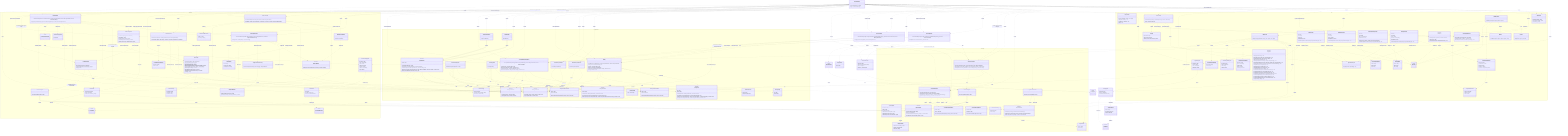
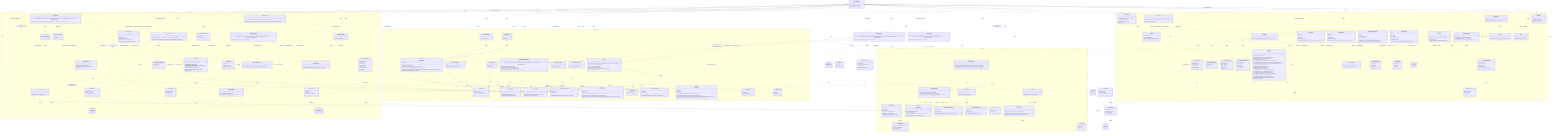
classDiagram
  direction TB

  class LicenseWizard {
    +LicenseWizard(args: string[])
    +run() Promise~Answer[]~
  }

  class LicenseInstaller {
    +LicenseInstaller(config: Config, manifests: ProjectManifestRepository, generator: LicenseGenerator)
    +install(selection: LicenseSelection) Promise~void~
  }

  class LicenseVerifier {
    +LicenseVerifier(config: Config, manifests: ProjectManifestRepository, generator: LicenseGenerator, reader: IFileSystemReader)
    +verify(options: VerifyOptions) Promise~VerifyOutcome~
  }

  class LicenseSelection {
    +licenseId: string
    +tokens: Record~string, string~
    +save: ConfigSave
    +headers?: HeaderConfig
  }

  class ConfigSave {
    <<union>>
  }

  class VerifyOptions {
    +fix: boolean
  }

  class VerifyOutcome {
    <<union>>
  }

  class VerifyReport {
    +licenseId: string
    +license: DriftStatus
    +manifests: ManifestCheck[]
  }

  class ManifestCheck {
    +name: string
    +declared: string | null
    +status: DriftStatus
  }

  class DriftStatus {
    <<union>>
  }

  namespace CLI {
    class FlagParser {
      +FlagParser(flags: object)
      +parse(args: string[]) object
      +formatHelp() string
    }

    class Orchestrator {
      +Orchestrator(repository: QuestionRepository, renderer: IRenderer)
      +run() Promise~Answer[]~
    }

    class IRenderer {
      <<interface>>
      +render(question: Question) Promise~Answer~
      +onCancel() string
      +complete(summary: CompletionSummary) void
    }

    class CompletionSummary {
      +licenseId: string
      +customized: boolean
      +savedTo: string
      +manifests: string[]
      +headers?: CompletionHeaders
    }

    class CompletionHeaders {
      +style: HeaderStyle
      +written: number
      +total: number
    }

    class ProgressBar {
      +ProgressBar(label: string, out?: object)
      +start(total: number) void
      +update(done: number) void
      +stop() void
    }

    class ClackRenderer {
      +ClackRenderer(meta: object, spinner: Spinner)
    }

    class IReporter {
      <<interface>>
      +usage(options: string) void
      +tokens(licenseId: string, slots: TemplateSlot[]) void
      +generated(licenseId: string, savedTo: string) void
      +dryRun(report: DryRunReport) void
      +missingFields(licenseId: string, missing: TemplateSlot[]) void
      +unknownFields(licenseId: string, unknown: string[], slots: TemplateSlot[]) void
      +licenseNotFound(licenseId: string, suggestions: LicenseIndexEntry[]) void
      +verifyMatch(report: VerifyReport) void
      +verifyFixed(report: VerifyReport) void
      +verifyMismatch(report: VerifyReport) void
      +headersNoFiles(licenseId: string) void
      +headersGenerated(report: HeaderGenerateReport) void
      +headersDryRun(report: HeaderDryRunReport) void
      +headersRemoved(report: HeaderRemoveReport) void
      +headersRemoveDryRun(report: HeaderRemoveReport) void
      +headersVerifyMatch(report: HeaderVerifyReport) void
      +headersVerifyFixed(report: HeaderVerifyReport) void
      +headersVerifyMismatch(report: HeaderVerifyReport) void
      +error(message: string) void
    }

    class HeaderGenerateReport {
      +licenseId: string
      +style: HeaderStyle
      +total: number
      +written: number
      +unchanged: number
    }

    class HeaderDryRunReport {
      +licenseId: string
      +style: HeaderStyle
      +files: string[]
      +sample: string
    }

    class HeaderRemoveReport {
      +removed: string[]
      +total: number
    }

    class DryRunReport {
      +licenseId: string
      +content: string
      +save: ConfigSave
      +manifests: string[]
    }

    class CliReporter {
      +CliReporter(programName: string, out?: object, err?: object)
    }

    class Banner {
      +buildBanner(meta: object, options: object) string
    }

    class Spinner {
      +start(handle: object) Function
    }

    class QuestionRepository {
      +QuestionRepository(questions: Question[])
      +getByIndex(index: number) Question | null
      +insertAt(index: number, questions: Question[]) void
    }

    class QuestionLifecycle {
      +inject(questions: Question[]) void
    }

    class Question {
      <<union>>
    }

    class TextQuestion {
      +id: string
      +text: string
      +type: "text"
      +defaultValue: string
      +onAnswer(answer: Answer, lifecycle: QuestionLifecycle) void
    }

    class ConfirmQuestion {
      +id: string
      +text: string
      +type: "confirm"
      +defaultValue: boolean
      +onAnswer(answer: Answer, lifecycle: QuestionLifecycle) void
    }

    class AutocompleteQuestion {
      +id: string
      +text: string
      +type: "autocomplete"
      +defaultValue: string
      +search(query: string) Promise~AutocompleteOption[]~
      +onAnswer(answer: Answer, lifecycle: QuestionLifecycle) void
    }

    class AutocompleteOption {
      +value: string
      +label: string
      +hint: string
    }

    class SelectQuestion {
      +id: string
      +text: string
      +type: "select"
      +options: SelectOption[]
      +defaultValue: string
      +onAnswer(answer: Answer, lifecycle: QuestionLifecycle) void
    }

    class SelectOption {
      +value: string
      +label: string
      +hint: string
    }

    class Answer {
      +questionId: string
      +value: string | boolean
      +fields: Record~string, string | boolean~
    }
  }

  namespace Licensing {
    class LicenseRepository {
      +LicenseRepository(source: ILicenseSource)
      +search(query: string) Promise~LicenseIndexEntry[]~
      +suggest(query: string, limit: number) Promise~LicenseIndexEntry[]~
      +getLicense(licenseId: string) Promise~LicenseDetail~
    }

    class LicenseRepositoryError {
      +name: string
      +cause: unknown
      +LicenseRepositoryError(message: string, cause?: unknown)
    }

    class LicenseNotFoundError {
      +name: string
      +licenseId: string
      +LicenseNotFoundError(licenseId: string)
    }

    class ILicenseSource {
      <<interface>>
      +search(query: string) Promise~LicenseIndexEntry[]~
      +suggest(query: string, limit: number) Promise~LicenseIndexEntry[]~
      +fetchLicense(licenseId: string) Promise~LicenseDetail~
    }

    class SpdxLicenseSource {
      +SpdxLicenseSource(ttlMs: number)
    }

    class LicenseIndexEntry {
      +licenseId: string
      +name: string
    }

    class LicenseDetail {
      +licenseId: string
      +name: string
      +licenseText: string
      +standardLicenseTemplate?: string
      +standardLicenseHeader?: string
      +standardLicenseHeaderTemplate?: string
    }

    class SpdxTemplate {
      <<abstract>>
      +SpdxTemplate(template: string)
      +slots() TemplateSlot[]
      +resolveSlots(entries: Map~string, string~) SlotResolution
      +render(values: Record~string, string~) string
    }

    class LicenseTemplate {
      +LicenseTemplate(template: string)
    }

    class TemplateSlot {
      +token: string
      +label: string
    }

    class SlotResolution {
      +values: Record~string, string~
      +missing: TemplateSlot[]
      +unknown: string[]
    }

    class LicenseGenerator {
      +LicenseGenerator(repository: LicenseRepository, writer: IFileSystemWriter)
      +generate(licenseId: string, slotValues?: Record~string, string~) Promise~void~
      +render(licenseId: string, slotValues?: Record~string, string~) Promise~string~
    }
  }

  namespace Configuration {
    class IFileSystemReader {
      <<interface>>
      +read(path: string) Promise~string~
      +exists(path: string) Promise~boolean~
    }

    class IFileSystemWriter {
      <<interface>>
      +write(path: string, content: string) Promise~void~
      +delete(path: string) Promise~void~
    }

    class NodeFileSystemReader {
      +NodeFileSystemReader()
    }

    class NodeFileSystemWriter {
      +NodeFileSystemWriter()
    }

    class FileSystemReaderError {
      +name: string
      +cause: unknown
      +FileSystemReaderError(message: string, cause?: unknown)
    }

    class FileSystemWriterError {
      +name: string
      +cause: unknown
      +FileSystemWriterError(message: string, cause?: unknown)
    }

    class WizardConfig {
      +licenseId: string
      +tokens?: Record~string, string~
      +headers?: HeaderConfig
    }

    class HeaderConfig {
      +style: HeaderStyle
    }

    class ConfigTarget {
      +id: string
      +label: string
    }

    class IConfigStore {
      <<interface>>
      +id: string
      +label: string
      +available(reader: IFileSystemReader) Promise~boolean~
      +read(reader: IFileSystemReader) Promise~WizardConfig | null~
      +write(reader: IFileSystemReader, writer: IFileSystemWriter, config: WizardConfig) Promise~void~
      +clear(reader: IFileSystemReader, writer: IFileSystemWriter) Promise~void~
    }

    class RcConfigStore {
      +RcConfigStore()
    }

    class ManifestConfigStore {
      +ManifestConfigStore(fileName: string)
    }

    class Config {
      +Config(stores: IConfigStore[], reader: IFileSystemReader, writer: IFileSystemWriter)
      +read() Promise~WizardConfig | null~
      +source() Promise~string | null~
      +targets() Promise~ConfigTarget[]~
      +write(config: WizardConfig, targetId: string) Promise~void~
      +clear() Promise~void~
    }

    class IProjectManifest {
      <<interface>>
      +name: string
      +exists(reader: IFileSystemReader) Promise~boolean~
      +readLicense(reader: IFileSystemReader) Promise~string | null~
      +writeLicense(reader: IFileSystemReader, writer: IFileSystemWriter, licenseId: string) Promise~void~
    }

    class JsonManifest {
      <<abstract>>
      +JsonManifest(fileName: string)
      +name: string
      +exists(reader: IFileSystemReader) Promise~boolean~
      +readLicense(reader: IFileSystemReader) Promise~string | null~
      +writeLicense(reader: IFileSystemReader, writer: IFileSystemWriter, licenseId: string) Promise~void~
      #extractLicenseId(value: unknown)* string | null
    }

    class NpmManifest {
      +NpmManifest()
    }

    class ComposerManifest {
      +ComposerManifest()
    }

    class ProjectManifestRepository {
      +ProjectManifestRepository(manifests: IProjectManifest[], reader: IFileSystemReader, writer: IFileSystemWriter)
      +readLicense() Promise~string | null~
      +writeLicense(licenseId: string) Promise~void~
      +declaredLicenses() Promise~ManifestLicense[]~
      +writeLicenseTo(name: string, licenseId: string) Promise~void~
    }

    class ManifestLicense {
      +name: string
      +licenseId: string | null
    }
  }

  namespace Headers {
    class HeaderPlan {
      +detail: LicenseDetail
      +style: HeaderStyle
      +tokens: Record~string, string~
    }

    class HeaderStyle {
      <<union>>
    }

    class HeaderRenderer {
      +HeaderRenderer(plan: HeaderPlan)
      +supportsFull(detail: LicenseDetail)$ boolean
      +body() string
    }

    class HeaderTemplate {
      +HeaderTemplate(template: string)
    }

    class HeaderComposer {
      +HeaderComposer(plan: HeaderPlan)
      +fingerprint() string
      +block(extension: string) string
      +hasManaged(content: string) boolean
      +apply(content: string, filePath: string) string
    }

    class SourceFileScanner {
      +SourceFileScanner(walker: IFileTreeWalker, reader: IFileSystemReader, matchers?: GitignoreMatcherFactory)
      +scan(options?: ScanOptions) Promise~string[]~
    }

    class ScanOptions {
      +root?: string
      +extensions?: string[]
      +extraIgnores?: string[]
    }

    class GitignoreMatcher {
      +GitignoreMatcher(patterns: string[])
      +ignores(path: string, isDirectory: boolean) boolean
    }

    class GitignoreMatcherFactory {
      +fromContent(content: string, extra?: string[]) GitignoreMatcher
    }

    class IFileTreeWalker {
      <<interface>>
      +walk(root: string, skipDirectory: Function) Promise~string[]~
    }

    class NodeFileTreeWalker {
      +NodeFileTreeWalker()
    }

    class HeaderInstaller {
      +HeaderInstaller(reader: IFileSystemReader, writer: IFileSystemWriter)
      +install(files: string[], plan: HeaderPlan, onProgress?: Function) Promise~HeaderInstallSummary~
    }

    class HeaderInstallSummary {
      +written: string[]
      +unchanged: string[]
    }

    class SourceFile {
      +SourceFile(content: string, path: string)
      +extensionOf(path: string)$ string
-       +supportedExtensions()$ string[]
-       +isSupported(path: string, extensions?: string[])$ boolean
      +commentStyleFor(extension: string)$ CommentStyle
      +hasManagedHeader() boolean
      +withoutManagedHeaders() SourceFile
      +withManagedHeader(block: string) SourceFile
      +toString() string
    }

    class CommentStyle {
      +blockStart: string
      +linePrefix: string
      +blockEnd: string
    }

    class HeaderRemover {
      +HeaderRemover(reader: IFileSystemReader, writer: IFileSystemWriter)
      +remove(files: string[], onProgress?: Function) Promise~HeaderRemoveSummary~
    }

    class HeaderRemoveSummary {
      +removed: string[]
      +total: number
    }

    class HeaderVerifier {
      +HeaderVerifier(scanner: SourceFileScanner, reader: IFileSystemReader, writer: IFileSystemWriter, licenses: LicenseRepository)
      +verify(config: WizardConfig, options: HeaderVerifyOptions) Promise~HeaderVerifyOutcome~
    }

    class HeaderVerifyOptions {
      +fix: boolean
    }

    class HeaderVerifyOutcome {
      <<union>>
    }

    class HeaderVerifyReport {
      +licenseId: string
      +style: HeaderStyle
      +total: number
      +matched: string[]
      +missing: string[]
      +drifted: HeaderDrift[]
      +fixed: string[]
    }

    class HeaderDrift {
      +file: string
      +declares: object | null
      +reason: HeaderDriftReason
    }

    class HeaderDriftReason {
      <<union>>
    }
  }

  TextQuestion ..|> Question : member of
  ConfirmQuestion ..|> Question : member of
  AutocompleteQuestion ..|> Question : member of
  SelectQuestion ..|> Question : member of
  TextQuestion ..> QuestionLifecycle : onAnswer receives
  ConfirmQuestion ..> QuestionLifecycle : onAnswer receives
  AutocompleteQuestion ..> QuestionLifecycle : onAnswer receives
  SelectQuestion ..> QuestionLifecycle : onAnswer receives
  SelectQuestion ..> SelectOption : offers
  Orchestrator ..> QuestionLifecycle : creates
  ClackRenderer ..|> IRenderer : implements
  ClackRenderer ..> Spinner : uses
  ClackRenderer ..> Banner : renders
  IRenderer ..> CompletionSummary : renders
  ClackRenderer ..> CompletionSummary : renders
  CliReporter ..|> IReporter : implements
  CliReporter ..> TemplateSlot : renders
  CliReporter ..> VerifyReport : renders
  CliReporter ..> DryRunReport : renders
  LicenseWizard ..> FlagParser : uses
  LicenseWizard ..> FlagParser : reads defaults from
  LicenseWizard ..> QuestionRepository : creates
  LicenseWizard ..> ClackRenderer : creates
  LicenseWizard ..> CliReporter : creates
  LicenseWizard ..> IRenderer : reports completion through
  LicenseWizard ..> IReporter : reports through
  LicenseWizard ..> Orchestrator : creates
  LicenseWizard ..> SpdxLicenseSource : creates
  LicenseWizard ..> LicenseRepository : creates
  LicenseWizard ..> LicenseGenerator : creates
  LicenseWizard ..> LicenseGenerator : renders dry-run preview through
  LicenseWizard ..> LicenseInstaller : creates
  LicenseWizard ..> LicenseInstaller : applies selection through
  LicenseWizard ..> LicenseSelection : builds
  LicenseWizard ..> DryRunReport : builds
  LicenseWizard ..> LicenseVerifier : creates
  LicenseWizard ..> LicenseVerifier : verifies through
  LicenseInstaller ..> Config : uses
  LicenseInstaller ..> ProjectManifestRepository : writes selection to
  LicenseInstaller ..> LicenseGenerator : uses
  LicenseInstaller ..> LicenseSelection : applies
  LicenseVerifier ..> Config : reads config from
  LicenseVerifier ..> ProjectManifestRepository : checks and reconciles manifests through
  LicenseVerifier ..> LicenseGenerator : re-renders and rewrites with
  LicenseVerifier ..> IFileSystemReader : reads LICENSE through
  LicenseVerifier ..> VerifyOptions : configured by
  LicenseVerifier ..> VerifyOutcome : returns
  VerifyOutcome ..> VerifyReport : carries
  VerifyReport ..> ManifestCheck : aggregates
  VerifyReport ..> DriftStatus : statuses by
  ManifestCheck ..> DriftStatus : status by
  ProjectManifestRepository ..> ManifestLicense : produces
  LicenseSelection ..> ConfigSave : has
  DryRunReport ..> ConfigSave : carries
  Orchestrator ..> QuestionRepository : gets questions from
  Orchestrator ..> IRenderer : feeds questions to
  ClackRenderer ..> Question : renders
  QuestionRepository ..> Question : produces
  AutocompleteQuestion ..> AutocompleteOption : search produces
  Orchestrator ..> Answer : collects
  SpdxLicenseSource ..|> ILicenseSource : implements
  LicenseRepository ..> ILicenseSource : uses
  LicenseRepository ..> LicenseIndexEntry : produces
  LicenseRepository ..> LicenseDetail : produces
  LicenseRepository ..> LicenseRepositoryError : throws
  LicenseRepository ..> LicenseNotFoundError : throws
  SpdxLicenseSource ..> LicenseNotFoundError : throws
  LicenseWizard ..> LicenseNotFoundError : handles
  CliReporter ..> LicenseIndexEntry : renders
  LicenseGenerator ..> LicenseRepository : uses
  LicenseGenerator ..> IFileSystemWriter : uses
  LicenseGenerator ..> LicenseTemplate : uses
  LicenseTemplate --|> SpdxTemplate : extends
  HeaderTemplate --|> SpdxTemplate : extends
  SpdxTemplate ..> TemplateSlot : produces
  SpdxTemplate ..> SlotResolution : produces
  LicenseWizard ..> LicenseTemplate : creates
  NodeFileSystemReader ..|> IFileSystemReader : implements
  NodeFileSystemWriter ..|> IFileSystemWriter : implements
  NodeFileSystemReader ..> FileSystemReaderError : throws
  NodeFileSystemWriter ..> FileSystemWriterError : throws
  Config ..> IConfigStore : coordinates
  Config ..> IFileSystemReader : uses
  Config ..> IFileSystemWriter : uses
  Config ..> WizardConfig : produces
  Config ..> ConfigTarget : produces
  Config ..> FileSystemWriterError : throws
  RcConfigStore ..|> IConfigStore : implements
  ManifestConfigStore ..|> IConfigStore : implements
  RcConfigStore ..> IFileSystemReader : uses
  RcConfigStore ..> IFileSystemWriter : uses
  RcConfigStore ..> FileSystemReaderError : throws
  RcConfigStore ..> FileSystemWriterError : throws
  ManifestConfigStore ..> IFileSystemReader : uses
  ManifestConfigStore ..> IFileSystemWriter : uses
  ManifestConfigStore ..> FileSystemReaderError : throws
  ManifestConfigStore ..> FileSystemWriterError : throws
  JsonManifest ..|> IProjectManifest : implements
  NpmManifest --|> JsonManifest : extends
  ComposerManifest --|> JsonManifest : extends
  JsonManifest ..> IFileSystemReader : uses
  JsonManifest ..> IFileSystemWriter : uses
  JsonManifest ..> FileSystemReaderError : throws
  JsonManifest ..> FileSystemWriterError : throws
  ProjectManifestRepository ..> IProjectManifest : coordinates
  ProjectManifestRepository ..> IFileSystemReader : uses
  ProjectManifestRepository ..> IFileSystemWriter : uses
  LicenseWizard ..> NodeFileSystemReader : creates
  LicenseWizard ..> NodeFileSystemWriter : creates
  LicenseWizard ..> Config : creates
  LicenseWizard ..> Config : reads defaults from
  LicenseWizard ..> RcConfigStore : creates
  LicenseWizard ..> ManifestConfigStore : creates
  LicenseWizard ..> NpmManifest : creates
  LicenseWizard ..> ComposerManifest : creates
  LicenseWizard ..> ProjectManifestRepository : creates
  LicenseWizard ..> ProjectManifestRepository : reads defaults from
  LicenseWizard ..> SourceFileScanner : creates
  LicenseWizard ..> NodeFileTreeWalker : creates
  LicenseWizard ..> HeaderInstaller : creates
  LicenseWizard ..> HeaderInstaller : writes headers through
  LicenseWizard ..> HeaderRemover : creates
  LicenseWizard ..> HeaderRemover : removes headers through
  LicenseWizard ..> SourceFile : previews removal with
  LicenseWizard ..> HeaderVerifier : creates
  LicenseWizard ..> HeaderVerifier : verifies headers through
  LicenseWizard ..> HeaderRenderer : checks full-header support with
  LicenseWizard ..> HeaderComposer : previews header block with
  LicenseWizard ..> ProgressBar : drives header progress with
  LicenseWizard ..> HeaderPlan : builds
  CliReporter ..> HeaderGenerateReport : renders
  CliReporter ..> HeaderDryRunReport : renders
  CliReporter ..> HeaderRemoveReport : renders
  CliReporter ..> HeaderVerifyReport : renders
  CliReporter ..> HeaderDrift : describes drift from
  HeaderConfig ..> HeaderStyle : style by
  HeaderPlan ..> LicenseDetail : carries
  HeaderPlan ..> HeaderStyle : styled by
  HeaderRenderer ..> HeaderPlan : renders
  HeaderRenderer ..> HeaderTemplate : substitutes header template with
  HeaderComposer ..> HeaderPlan : composes
  HeaderComposer ..> HeaderRenderer : renders body with
  HeaderInstaller ..> HeaderComposer : applies header with
  HeaderInstaller ..> HeaderPlan : applies
  HeaderInstaller ..> IFileSystemReader : reads files through
  HeaderInstaller ..> IFileSystemWriter : writes files through
  HeaderInstaller ..> HeaderInstallSummary : produces
  HeaderRemover ..> SourceFile : strips header through
  HeaderRemover ..> IFileSystemReader : reads files through
  HeaderRemover ..> IFileSystemWriter : writes files through
  HeaderRemover ..> HeaderRemoveSummary : produces
  HeaderComposer ..> SourceFile : places header through
  SourceFile ..> CommentStyle : wraps with
-   SourceFileScanner ..> SourceFile : classifies paths with
+   SourceFileScanner ..> SourceFile : derives extension with
  HeaderVerifier ..> SourceFileScanner : rediscovers files through
  HeaderVerifier ..> HeaderComposer : compares against
  HeaderVerifier ..> LicenseRepository : fetches header detail through
  HeaderVerifier ..> IFileSystemReader : reads files through
  HeaderVerifier ..> IFileSystemWriter : rewrites files through
  HeaderVerifier ..> WizardConfig : verifies against
  HeaderVerifier ..> HeaderVerifyOptions : configured by
  HeaderVerifier ..> HeaderVerifyOutcome : returns
  HeaderVerifyOutcome ..> HeaderVerifyReport : carries
  HeaderVerifyReport ..> HeaderDrift : details drift by
  HeaderDrift ..> HeaderDriftReason : explained by
  HeaderVerifier ..> HeaderDrift : classifies drift into
  SourceFileScanner ..> IFileTreeWalker : walks with
  SourceFileScanner ..> IFileSystemReader : reads .gitignore through
  SourceFileScanner ..> GitignoreMatcherFactory : builds matchers with
  SourceFileScanner ..> GitignoreMatcher : filters with
  SourceFileScanner ..> ScanOptions : configured by
  GitignoreMatcherFactory ..> GitignoreMatcher : creates
  NodeFileTreeWalker ..|> IFileTreeWalker : implements
  ClackRenderer ..> CompletionHeaders : renders
  CompletionSummary ..> CompletionHeaders : carries
